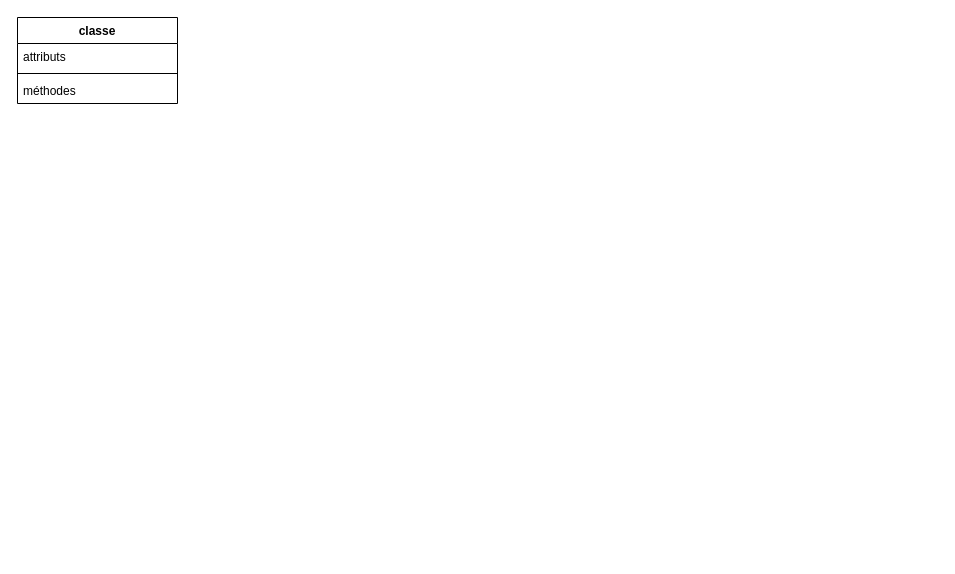
Above: diag_class.drawio in seah78/P4 (draw.io), before the change. Source tidied: cells renumbered, new cells numbered last; positions are measured from the earlier drawing's top-left corner, leaving out a move shared by most shapes. Both pictures are drawn from the tidied source at 100%, with x=0, y=0 at pixel (17, 17).
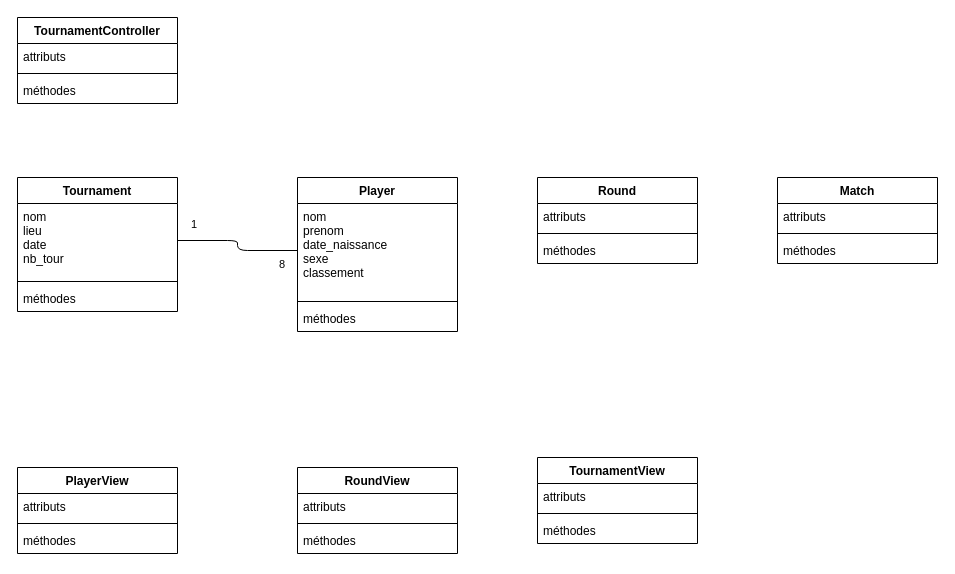
The same diagram, later.

The edit, as a diff of the source:
```diff
@@
-    <mxCell id="2" value="classe" style="swimlane;fontStyle=1;align=center;verticalAlign=top;horizontal=1;startSize=26;" parent="1" vertex="1">
+    <mxCell id="2" value="TournamentController" style="swimlane;fontStyle=1;align=center;verticalAlign=top;horizontal=1;startSize=26;" parent="1" vertex="1">
       <mxGeometry width="160" height="86" as="geometry" />
     </mxCell>
@@
+    <mxCell id="6" value="Round" style="swimlane;fontStyle=1;align=center;verticalAlign=top;horizontal=1;startSize=26;" parent="1" vertex="1">
+      <mxGeometry x="520" y="160" width="160" height="86" as="geometry" />
+    </mxCell>
+    <mxCell id="7" value="attributs" style="text;strokeColor=none;fillColor=none;align=left;verticalAlign=top;spacingLeft=4;spacingRight=4;overflow=hidden;" parent="6" vertex="1">
+      <mxGeometry y="26" width="160" height="26" as="geometry" />
+    </mxCell>
+    <mxCell id="8" style="line;strokeWidth=1;fillColor=none;align=left;verticalAlign=middle;spacingTop=-1;spacingLeft=3;spacingRight=3;labelPosition=right;" parent="6" vertex="1">
+      <mxGeometry y="52" width="160" height="8" as="geometry" />
+    </mxCell>
+    <mxCell id="9" value="méthodes&#10;" style="text;strokeColor=none;fillColor=none;align=left;verticalAlign=top;spacingLeft=4;spacingRight=4;overflow=hidden;" parent="6" vertex="1">
+      <mxGeometry y="60" width="160" height="26" as="geometry" />
+    </mxCell>
+    <mxCell id="10" value="Player" style="swimlane;fontStyle=1;align=center;verticalAlign=top;horizontal=1;startSize=26;" parent="1" vertex="1">
+      <mxGeometry x="280" y="160" width="160" height="154" as="geometry" />
+    </mxCell>
+    <mxCell id="11" value="nom&#10;prenom&#10;date_naissance&#10;sexe&#10;classement" style="text;strokeColor=none;fillColor=none;align=left;verticalAlign=top;spacingLeft=4;spacingRight=4;overflow=hidden;points=[[0,0.5],[1,0.5]];portConstraint=eastwest;" parent="10" vertex="1">
+      <mxGeometry y="26" width="160" height="94" as="geometry" />
+    </mxCell>
+    <mxCell id="12" style="line;strokeWidth=1;fillColor=none;align=left;verticalAlign=middle;spacingTop=-1;spacingLeft=3;spacingRight=3;labelPosition=right;" parent="10" vertex="1">
+      <mxGeometry y="120" width="160" height="8" as="geometry" />
+    </mxCell>
+    <mxCell id="13" value="méthodes&#10;" style="text;strokeColor=none;fillColor=none;align=left;verticalAlign=top;spacingLeft=4;spacingRight=4;overflow=hidden;" parent="10" vertex="1">
+      <mxGeometry y="128" width="160" height="26" as="geometry" />
+    </mxCell>
+    <mxCell id="14" value="Match" style="swimlane;fontStyle=1;align=center;verticalAlign=top;horizontal=1;startSize=26;" parent="1" vertex="1">
+      <mxGeometry x="760" y="160" width="160" height="86" as="geometry" />
+    </mxCell>
+    <mxCell id="15" value="attributs" style="text;strokeColor=none;fillColor=none;align=left;verticalAlign=top;spacingLeft=4;spacingRight=4;overflow=hidden;" parent="14" vertex="1">
+      <mxGeometry y="26" width="160" height="26" as="geometry" />
+    </mxCell>
+    <mxCell id="16" style="line;strokeWidth=1;fillColor=none;align=left;verticalAlign=middle;spacingTop=-1;spacingLeft=3;spacingRight=3;labelPosition=right;" parent="14" vertex="1">
+      <mxGeometry y="52" width="160" height="8" as="geometry" />
+    </mxCell>
+    <mxCell id="17" value="méthodes&#10;" style="text;strokeColor=none;fillColor=none;align=left;verticalAlign=top;spacingLeft=4;spacingRight=4;overflow=hidden;" parent="14" vertex="1">
+      <mxGeometry y="60" width="160" height="26" as="geometry" />
+    </mxCell>
+    <mxCell id="18" value="PlayerView" style="swimlane;fontStyle=1;align=center;verticalAlign=top;horizontal=1;startSize=26;" parent="1" vertex="1">
+      <mxGeometry y="450" width="160" height="86" as="geometry" />
+    </mxCell>
+    <mxCell id="19" value="attributs" style="text;strokeColor=none;fillColor=none;align=left;verticalAlign=top;spacingLeft=4;spacingRight=4;overflow=hidden;" parent="18" vertex="1">
+      <mxGeometry y="26" width="160" height="26" as="geometry" />
+    </mxCell>
+    <mxCell id="20" style="line;strokeWidth=1;fillColor=none;align=left;verticalAlign=middle;spacingTop=-1;spacingLeft=3;spacingRight=3;labelPosition=right;" parent="18" vertex="1">
+      <mxGeometry y="52" width="160" height="8" as="geometry" />
+    </mxCell>
+    <mxCell id="21" value="méthodes&#10;" style="text;strokeColor=none;fillColor=none;align=left;verticalAlign=top;spacingLeft=4;spacingRight=4;overflow=hidden;" parent="18" vertex="1">
+      <mxGeometry y="60" width="160" height="26" as="geometry" />
+    </mxCell>
+    <mxCell id="22" value="Tournament" style="swimlane;fontStyle=1;align=center;verticalAlign=top;horizontal=1;startSize=26;" parent="1" vertex="1">
+      <mxGeometry y="160" width="160" height="134" as="geometry" />
+    </mxCell>
+    <mxCell id="23" value="nom&#10;lieu&#10;date&#10;nb_tour&#10;" style="text;strokeColor=none;fillColor=none;align=left;verticalAlign=top;spacingLeft=4;spacingRight=4;overflow=hidden;points=[[0,0.5],[1,0.5]];portConstraint=eastwest;" parent="22" vertex="1">
+      <mxGeometry y="26" width="160" height="74" as="geometry" />
+    </mxCell>
+    <mxCell id="24" style="line;strokeWidth=1;fillColor=none;align=left;verticalAlign=middle;spacingTop=-1;spacingLeft=3;spacingRight=3;labelPosition=right;" parent="22" vertex="1">
+      <mxGeometry y="100" width="160" height="8" as="geometry" />
+    </mxCell>
+    <mxCell id="25" value="méthodes&#10;" style="text;strokeColor=none;fillColor=none;align=left;verticalAlign=top;spacingLeft=4;spacingRight=4;overflow=hidden;" parent="22" vertex="1">
+      <mxGeometry y="108" width="160" height="26" as="geometry" />
+    </mxCell>
+    <mxCell id="26" value="RoundView" style="swimlane;fontStyle=1;align=center;verticalAlign=top;horizontal=1;startSize=26;" parent="1" vertex="1">
+      <mxGeometry x="280" y="450" width="160" height="86" as="geometry" />
+    </mxCell>
+    <mxCell id="27" value="attributs" style="text;strokeColor=none;fillColor=none;align=left;verticalAlign=top;spacingLeft=4;spacingRight=4;overflow=hidden;" parent="26" vertex="1">
+      <mxGeometry y="26" width="160" height="26" as="geometry" />
+    </mxCell>
+    <mxCell id="28" style="line;strokeWidth=1;fillColor=none;align=left;verticalAlign=middle;spacingTop=-1;spacingLeft=3;spacingRight=3;labelPosition=right;" parent="26" vertex="1">
+      <mxGeometry y="52" width="160" height="8" as="geometry" />
+    </mxCell>
+    <mxCell id="29" value="méthodes&#10;" style="text;strokeColor=none;fillColor=none;align=left;verticalAlign=top;spacingLeft=4;spacingRight=4;overflow=hidden;" parent="26" vertex="1">
+      <mxGeometry y="60" width="160" height="26" as="geometry" />
+    </mxCell>
+    <mxCell id="30" value="TournamentView" style="swimlane;fontStyle=1;align=center;verticalAlign=top;horizontal=1;startSize=26;" parent="1" vertex="1">
+      <mxGeometry x="520" y="440" width="160" height="86" as="geometry" />
+    </mxCell>
+    <mxCell id="31" value="attributs" style="text;strokeColor=none;fillColor=none;align=left;verticalAlign=top;spacingLeft=4;spacingRight=4;overflow=hidden;" parent="30" vertex="1">
+      <mxGeometry y="26" width="160" height="26" as="geometry" />
+    </mxCell>
+    <mxCell id="32" style="line;strokeWidth=1;fillColor=none;align=left;verticalAlign=middle;spacingTop=-1;spacingLeft=3;spacingRight=3;labelPosition=right;" parent="30" vertex="1">
+      <mxGeometry y="52" width="160" height="8" as="geometry" />
+    </mxCell>
+    <mxCell id="33" value="méthodes&#10;" style="text;strokeColor=none;fillColor=none;align=left;verticalAlign=top;spacingLeft=4;spacingRight=4;overflow=hidden;" parent="30" vertex="1">
+      <mxGeometry y="60" width="160" height="26" as="geometry" />
+    </mxCell>
+    <mxCell id="34" style="endArrow=none;html=1;endSize=12;startArrow=none;startSize=14;startFill=0;edgeStyle=orthogonalEdgeStyle;entryX=1;entryY=0.5;entryDx=0;entryDy=0;endFill=0;exitX=0;exitY=0.5;exitDx=0;exitDy=0;" parent="1" edge="1" source="11" target="23">
+      <mxGeometry x="-0.33" y="-39" relative="1" as="geometry" />
+    </mxCell>
+    <mxCell id="35" value="8" style="edgeLabel;html=1;align=left;verticalAlign=top;" parent="34" vertex="1">
+      <mxGeometry x="-1" relative="1" as="geometry">
+        <mxPoint x="-20" y="1" as="offset" />
+      </mxGeometry>
+    </mxCell>
+    <mxCell id="36" value="1" style="edgeLabel;html=1;align=right;verticalAlign=top;" parent="34" vertex="1">
+      <mxGeometry x="1" relative="1" as="geometry">
+        <mxPoint x="20" y="-29" as="offset" />
+      </mxGeometry>
+    </mxCell>
```
